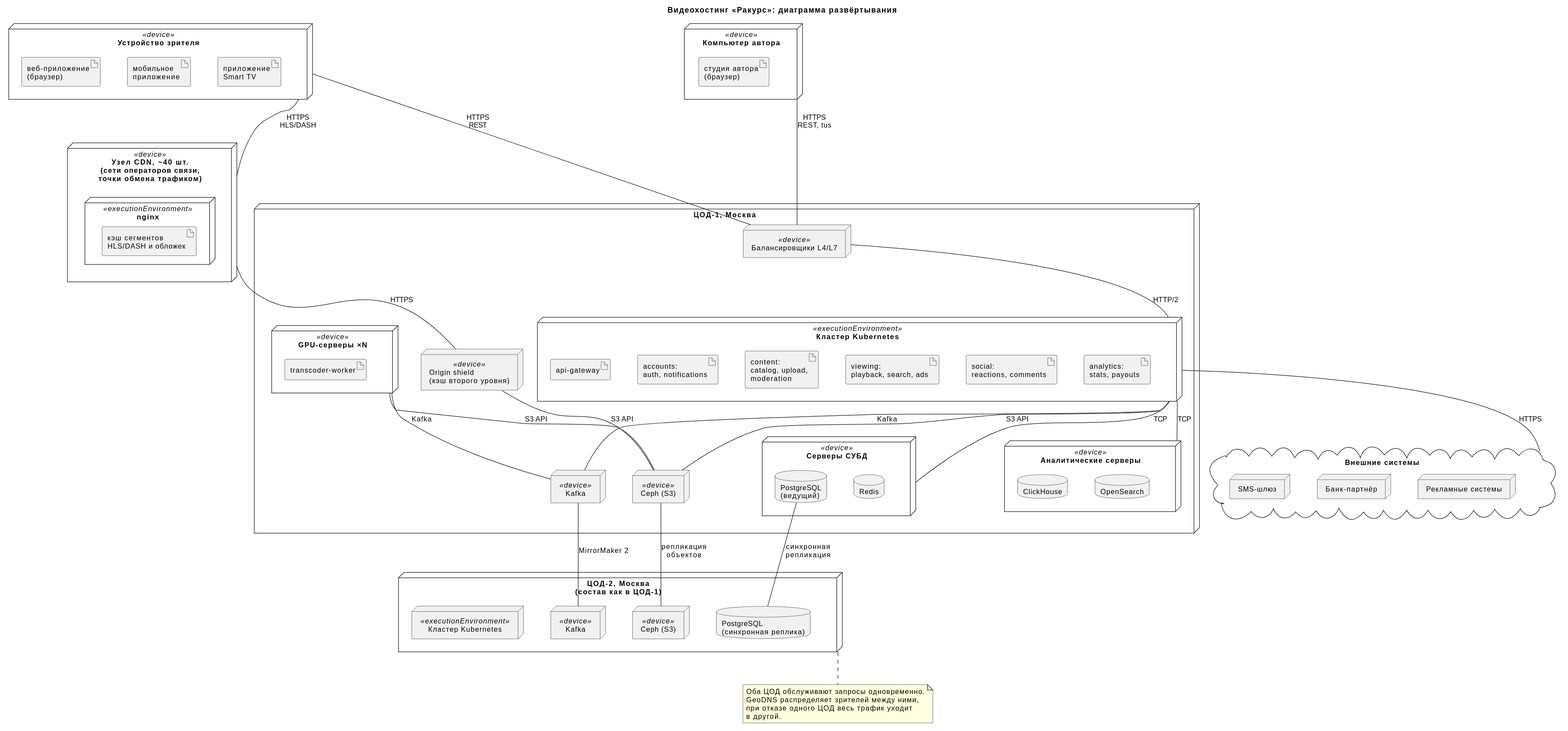
Above: diagrams/deployment.svg in EkaterinaGrisha/videohosting-architecture (PlantUML), before the change.
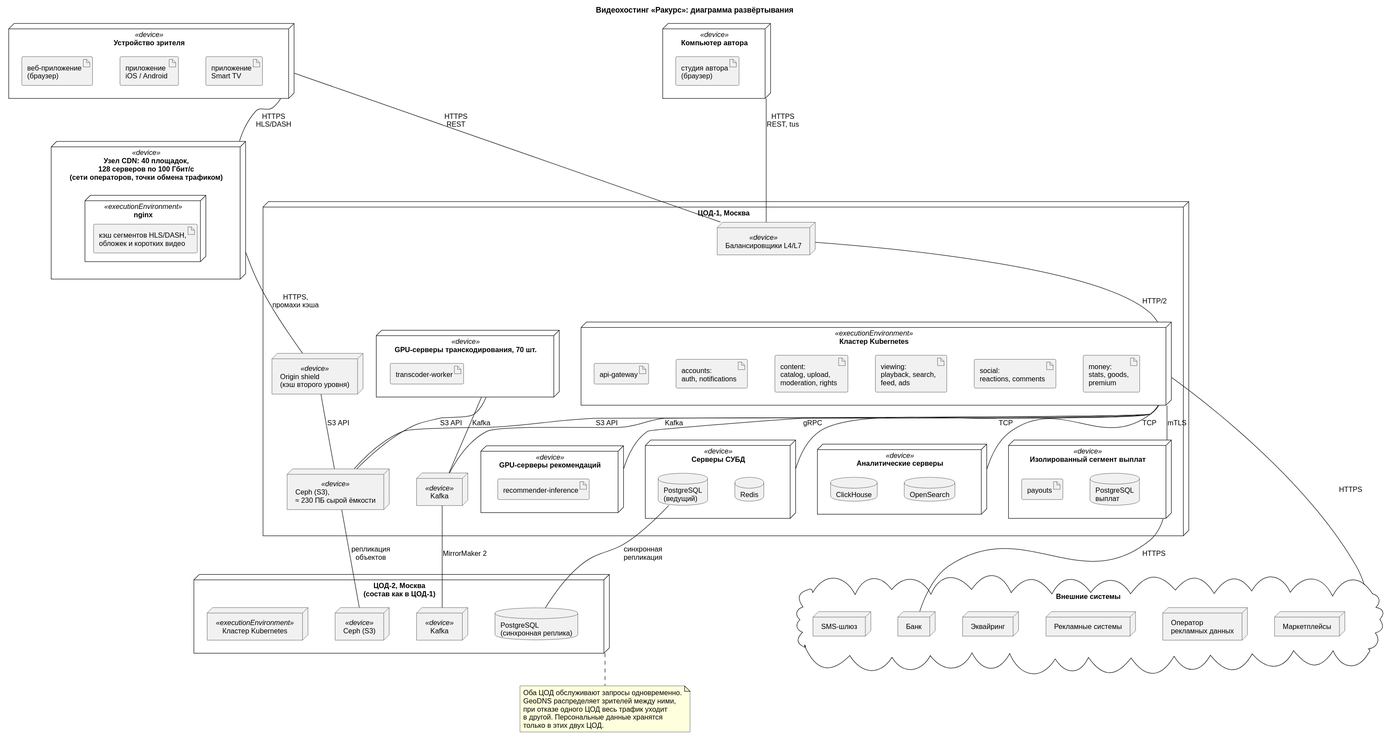
After the change.

Diff of the diagram source:
```diff
@@ -9,7 +9,7 @@
 
 node "Устройство зрителя" <<device>> as viewer {
   artifact "веб-приложение\n(браузер)" as a_web
-  artifact "мобильное\nприложение" as a_mobile
+  artifact "приложение\niOS / Android" as a_mobile
   artifact "приложение\nSmart TV" as a_tv
 }
 
@@ -17,9 +17,9 @@
   artifact "студия автора\n(браузер)" as a_studio
 }
 
-node "Узел CDN, ~40 шт.\n(сети операторов связи,\nточки обмена трафиком)" <<device>> as edge {
+node "Узел CDN: 40 площадок,\n128 серверов по 100 Гбит/с\n(сети операторов, точки обмена трафиком)" <<device>> as edge {
   node "nginx" <<executionEnvironment>> as edge_nginx {
-    artifact "кэш сегментов\nHLS/DASH и обложек" as a_cache
+    artifact "кэш сегментов HLS/DASH,\nобложек и коротких видео" as a_cache
   }
 }
 
@@ -30,14 +30,23 @@
   node "Кластер Kubernetes" <<executionEnvironment>> as k8s1 {
     artifact "api-gateway" as a_gw
     artifact "accounts:\nauth, notifications" as a_accounts
-    artifact "content:\ncatalog, upload,\nmoderation" as a_content
-    artifact "viewing:\nplayback, search, ads" as a_viewing
+    artifact "content:\ncatalog, upload,\nmoderation, rights" as a_content
+    artifact "viewing:\nplayback, search,\nfeed, ads" as a_viewing
     artifact "social:\nreactions, comments" as a_social
-    artifact "analytics:\nstats, payouts" as a_analytics
+    artifact "money:\nstats, goods,\npremium" as a_money
   }
 
-  node "GPU-серверы ×N" <<device>> as gpu1 {
+  node "Изолированный сегмент выплат" <<device>> as pay1 {
+    artifact "payouts" as a_payouts
+    database "PostgreSQL\nвыплат" as pgpay1
+  }
+
+  node "GPU-серверы транскодирования, 70 шт." <<device>> as gpu1 {
     artifact "transcoder-worker" as a_transcoder
+  }
+
+  node "GPU-серверы рекомендаций" <<device>> as rec1 {
+    artifact "recommender-inference" as a_rec
   }
 
   node "Серверы СУБД" <<device>> as db1 {
@@ -51,7 +60,7 @@
   }
 
   node "Kafka" <<device>> as kafka1
-  node "Ceph (S3)" <<device>> as ceph1
+  node "Ceph (S3),\n≈ 230 ПБ сырой ёмкости" <<device>> as ceph1
 }
 
 node "ЦОД-2, Москва\n(состав как в ЦОД-1)" as dc2 {
@@ -63,8 +72,11 @@
 
 cloud "Внешние системы" as ext {
   node "SMS-шлюз" as sms
-  node "Банк-партнёр" as bank
+  node "Банк" as bank
+  node "Эквайринг" as acq
   node "Рекламные системы" as adnet
+  node "Оператор\nрекламных данных" as ord
+  node "Маркетплейсы" as mp
 }
 
 a_web -[hidden]right- a_mobile
@@ -73,23 +85,29 @@
 a_accounts -[hidden]right- a_content
 a_content -[hidden]right- a_viewing
 a_viewing -[hidden]right- a_social
-a_social -[hidden]right- a_analytics
+a_social -[hidden]right- a_money
 sms -[hidden]right- bank
-bank -[hidden]right- adnet
+bank -[hidden]right- acq
+acq -[hidden]right- adnet
+adnet -[hidden]right- ord
+ord -[hidden]right- mp
 
 viewer -- edge : HTTPS\nHLS/DASH
 viewer -- lb1 : HTTPS\nREST
 author -- lb1 : HTTPS\nREST, tus
-edge -- shield1 : HTTPS
+edge -- shield1 : HTTPS,\nпромахи кэша
 shield1 -- ceph1 : S3 API
 lb1 -- k8s1 : HTTP/2
 k8s1 -- db1 : TCP
 k8s1 -- an1 : TCP
 k8s1 -- kafka1 : Kafka
 k8s1 -- ceph1 : S3 API
+k8s1 -- rec1 : gRPC
+k8s1 -- pay1 : mTLS
 gpu1 -- ceph1 : S3 API
 gpu1 -- kafka1 : Kafka
 k8s1 -- ext : HTTPS
+pay1 -- bank : HTTPS
 pg1 -- pg2 : синхронная\nрепликация
 ceph1 -- ceph2 : репликация\nобъектов
 kafka1 -- kafka2 : MirrorMaker 2
@@ -98,6 +116,7 @@
   Оба ЦОД обслуживают запросы одновременно.
   GeoDNS распределяет зрителей между ними,
   при отказе одного ЦОД весь трафик уходит
-  в другой.
+  в другой. Персональные данные хранятся
+  только в этих двух ЦОД.
 end note
 @enduml
```
